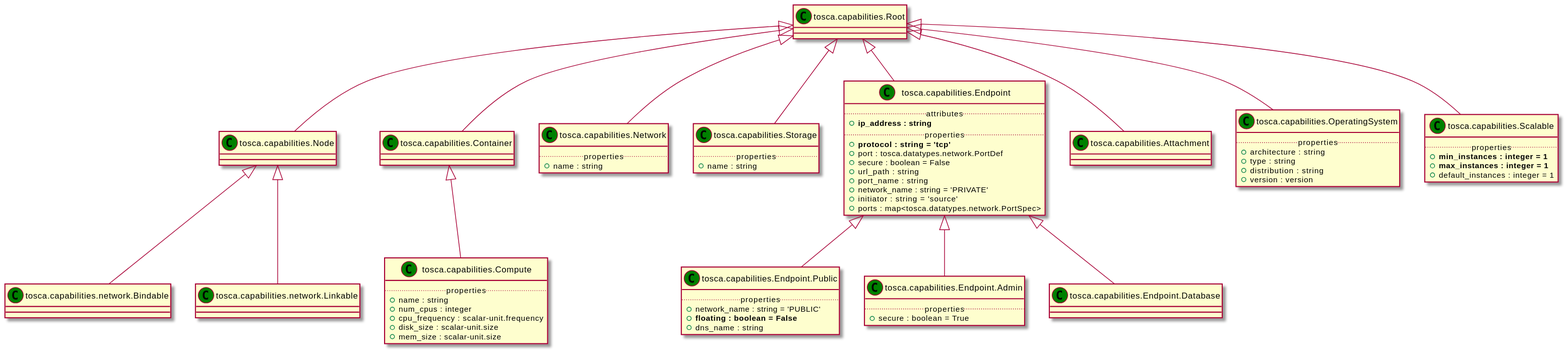
Earlier version of the PlantUML export examples/tosca-community-contributions/diagrams/uml2/profiles-org.oasis-open-simple-1.2-capability-uml2-class-diagram.svg (Orange-OpenSource/Cloudnet-TOSCA-toolbox). Its diagram source:
```plantuml
@startuml
set namespaceSeparator none
class "tosca.capabilities.Root" as tosca_capabilities_Root_CT << (C,green) >> {
}
class "tosca.capabilities.Node" as tosca_capabilities_Node_CT << (C,green) >> {
}
class "tosca.capabilities.Container" as tosca_capabilities_Container_CT << (C,green) >> {
}
class "tosca.capabilities.Compute" as tosca_capabilities_Compute_CT << (C,green) >> {
.. properties ..
+name : string
+num_cpus : integer
+cpu_frequency : scalar-unit.frequency
+disk_size : scalar-unit.size
+mem_size : scalar-unit.size
}
class "tosca.capabilities.Network" as tosca_capabilities_Network_CT << (C,green) >> {
.. properties ..
+name : string
}
class "tosca.capabilities.Storage" as tosca_capabilities_Storage_CT << (C,green) >> {
.. properties ..
+name : string
}
class "tosca.capabilities.Endpoint" as tosca_capabilities_Endpoint_CT << (C,green) >> {
.. attributes ..
+<b>ip_address : string
.. properties ..
+<b>protocol : string = 'tcp'
+port : tosca.datatypes.network.PortDef
+secure : boolean = False
+url_path : string
+port_name : string
+network_name : string = 'PRIVATE'
+initiator : string = 'source'
+ports : map<tosca.datatypes.network.PortSpec>
}
class "tosca.capabilities.Endpoint.Public" as tosca_capabilities_Endpoint_Public_CT << (C,green) >> {
.. properties ..
+network_name : string = 'PUBLIC'
+<b>floating : boolean = False
+dns_name : string
}
class "tosca.capabilities.Endpoint.Admin" as tosca_capabilities_Endpoint_Admin_CT << (C,green) >> {
.. properties ..
+secure : boolean = True
}
class "tosca.capabilities.Endpoint.Database" as tosca_capabilities_Endpoint_Database_CT << (C,green) >> {
}
class "tosca.capabilities.Attachment" as tosca_capabilities_Attachment_CT << (C,green) >> {
}
class "tosca.capabilities.OperatingSystem" as tosca_capabilities_OperatingSystem_CT << (C,green) >> {
.. properties ..
+architecture : string
+type : string
+distribution : string
+version : version
}
class "tosca.capabilities.Scalable" as tosca_capabilities_Scalable_CT << (C,green) >> {
.. properties ..
+<b>min_instances : integer = 1
+<b>max_instances : integer = 1
+default_instances : integer = 1
}
class "tosca.capabilities.network.Bindable" as tosca_capabilities_network_Bindable_CT << (C,green) >> {
}
class "tosca.capabilities.network.Linkable" as tosca_capabilities_network_Linkable_CT << (C,green) >> {
}
tosca_capabilities_Root_CT <|-- tosca_capabilities_Node_CT
tosca_capabilities_Root_CT <|-- tosca_capabilities_Container_CT
tosca_capabilities_Container_CT <|-- tosca_capabilities_Compute_CT
tosca_capabilities_Root_CT <|-- tosca_capabilities_Network_CT
tosca_capabilities_Root_CT <|-- tosca_capabilities_Storage_CT
tosca_capabilities_Root_CT <|-- tosca_capabilities_Endpoint_CT
tosca_capabilities_Endpoint_CT <|-- tosca_capabilities_Endpoint_Public_CT
tosca_capabilities_Endpoint_CT <|-- tosca_capabilities_Endpoint_Admin_CT
tosca_capabilities_Endpoint_CT <|-- tosca_capabilities_Endpoint_Database_CT
tosca_capabilities_Root_CT <|-- tosca_capabilities_Attachment_CT
tosca_capabilities_Root_CT <|-- tosca_capabilities_OperatingSystem_CT
tosca_capabilities_Root_CT <|-- tosca_capabilities_Scalable_CT
tosca_capabilities_Node_CT <|-- tosca_capabilities_network_Bindable_CT
tosca_capabilities_Node_CT <|-- tosca_capabilities_network_Linkable_CT
@enduml
```
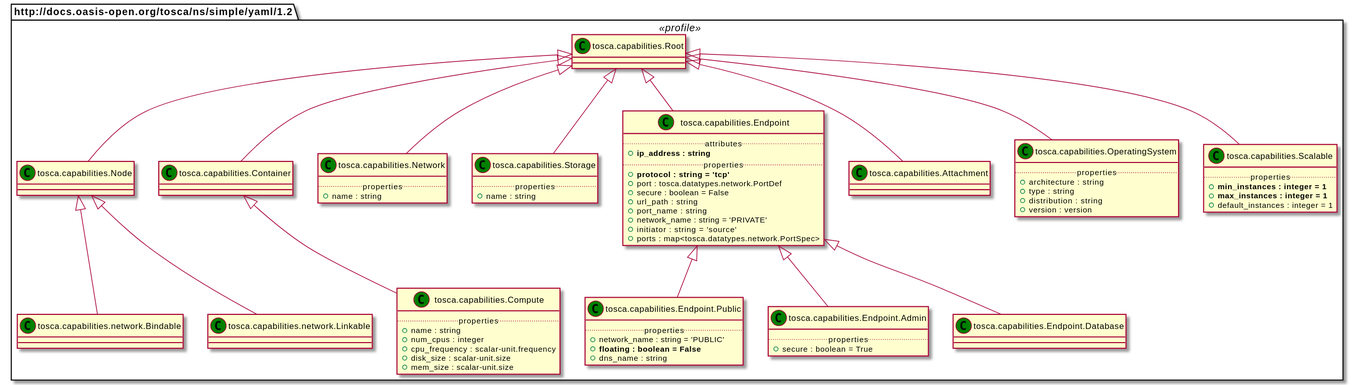
The same diagram one commit later.

Diff of the diagram source:
```diff
@@ -1,5 +1,6 @@
 @startuml
 set namespaceSeparator none
+package "http://docs.oasis-open.org/tosca/ns/simple/yaml/1.2" <<profile>> {
 class "tosca.capabilities.Root" as tosca_capabilities_Root_CT << (C,green) >> {
 }
 class "tosca.capabilities.Node" as tosca_capabilities_Node_CT << (C,green) >> {
@@ -80,4 +81,5 @@
 tosca_capabilities_Root_CT <|-- tosca_capabilities_Scalable_CT
 tosca_capabilities_Node_CT <|-- tosca_capabilities_network_Bindable_CT
 tosca_capabilities_Node_CT <|-- tosca_capabilities_network_Linkable_CT
+}
 @enduml
```
